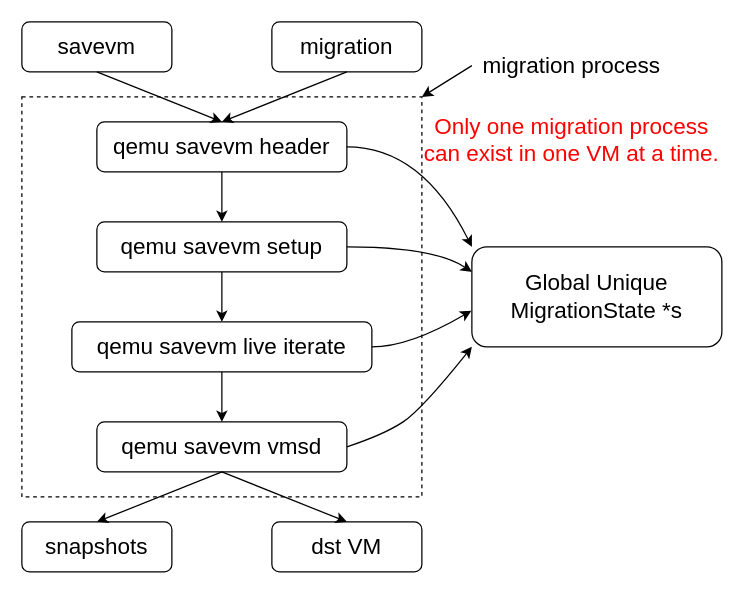
This is qemu-migration/snapshot vs migration.drawio from xuyizhe1999/drawio, a draw.io file, before an edit. Source tidied: cells renumbered, new cells numbered last; positions are measured from the earlier drawing's top-left corner, leaving out a move shared by most shapes. Both pictures are drawn from the tidied source at 125%, with x=0, y=0 at pixel (21, 21).
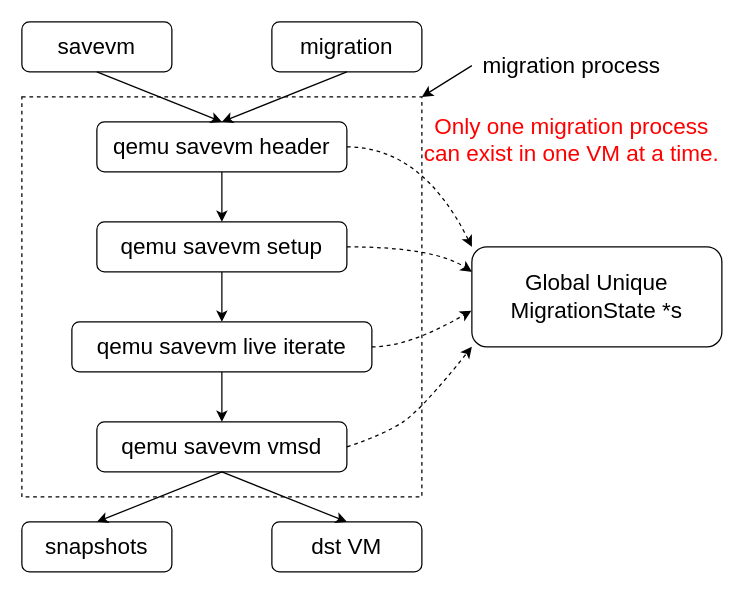
The same diagram, later.

The change refers to these unchanged cells:
```xml
<mxCell id="7" value="Global Unique MigrationState *s" style="rounded=1;whiteSpace=wrap;html=1;fontSize=18;" parent="1" vertex="1">
  <mxGeometry x="360" y="180" width="200" height="80" as="geometry" />
</mxCell>
```

The edit, as a diff of the source:
```diff
@@
-    <mxCell id="19" style="curved=1;endArrow=classic;html=1;rounded=0;fontSize=18;entryX=0;entryY=0.25;entryDx=0;entryDy=0;" parent="1" edge="1" target="7">
+    <mxCell id="19" style="curved=1;endArrow=classic;html=1;rounded=0;fontSize=18;entryX=0;entryY=0.25;entryDx=0;entryDy=0;dashed=1;" parent="1" edge="1" target="7">
       <mxGeometry relative="1" as="geometry">
         <mxPoint x="260" y="180" as="sourcePoint" />
         <Array as="points">
           <mxPoint x="330" y="180" />
         </Array>
       </mxGeometry>
     </mxCell>
-    <mxCell id="20" style="curved=1;endArrow=classic;html=1;rounded=0;fontSize=18;entryX=-0.002;entryY=0.638;entryDx=0;entryDy=0;entryPerimeter=0;" parent="1" edge="1" target="7">
+    <mxCell id="20" style="curved=1;endArrow=classic;html=1;rounded=0;fontSize=18;entryX=-0.002;entryY=0.638;entryDx=0;entryDy=0;entryPerimeter=0;dashed=1;" parent="1" edge="1" target="7">
       <mxGeometry relative="1" as="geometry">
         <mxPoint x="280" y="260" as="sourcePoint" />
         <Array as="points">
           <mxPoint x="310" y="260" />
         </Array>
       </mxGeometry>
     </mxCell>
-    <mxCell id="21" style="curved=1;endArrow=classic;html=1;rounded=0;fontSize=18;entryX=0;entryY=1;entryDx=0;entryDy=0;" parent="1" edge="1" target="7">
+    <mxCell id="21" style="curved=1;endArrow=classic;html=1;rounded=0;fontSize=18;entryX=0;entryY=1;entryDx=0;entryDy=0;dashed=1;" parent="1" edge="1" target="7">
       <mxGeometry relative="1" as="geometry">
         <mxPoint x="260" y="340" as="sourcePoint" />
         <Array as="points">
           <mxPoint x="290" y="330" />
           <mxPoint x="320" y="310" />
         </Array>
       </mxGeometry>
     </mxCell>
-    <mxCell id="22" style="curved=1;endArrow=classic;html=1;rounded=0;fontSize=18;entryX=0;entryY=0;entryDx=0;entryDy=0;" parent="1" edge="1" target="7">
+    <mxCell id="22" style="curved=1;endArrow=classic;html=1;rounded=0;fontSize=18;entryX=0;entryY=0;entryDx=0;entryDy=0;dashed=1;" parent="1" edge="1" target="7">
       <mxGeometry relative="1" as="geometry">
         <mxPoint x="260" y="100" as="sourcePoint" />
         <Array as="points">
           <mxPoint x="320" y="100" />
         </Array>
       </mxGeometry>
     </mxCell>
```
